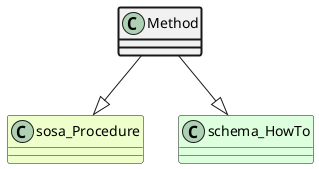
Above: ttl_uml/ttl_appn_Method.png in aus-plant-phenomics-network/appn-schema (PlantUML), before the change. Source of this version:
```plantuml
@startuml
class Method  #line.bold
class sosa_Procedure #EEFFCC
Method --|> sosa_Procedure
class schema_HowTo #DDFFDD
Method --|> schema_HowTo
@enduml
```
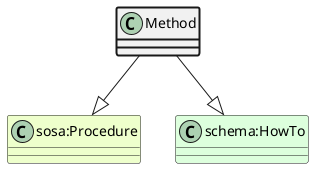
After the commit.

Diff of the diagram source:
```diff
@@ -1,7 +1,7 @@
 @startuml
 class Method  #line.bold
-class sosa_Procedure #EEFFCC
-Method --|> sosa_Procedure
-class schema_HowTo #DDFFDD
-Method --|> schema_HowTo
+class "sosa:Procedure" #EEFFCC
+Method --|> "sosa:Procedure"
+class "schema:HowTo" #DDFFDD
+Method --|> "schema:HowTo"
 @enduml
```
